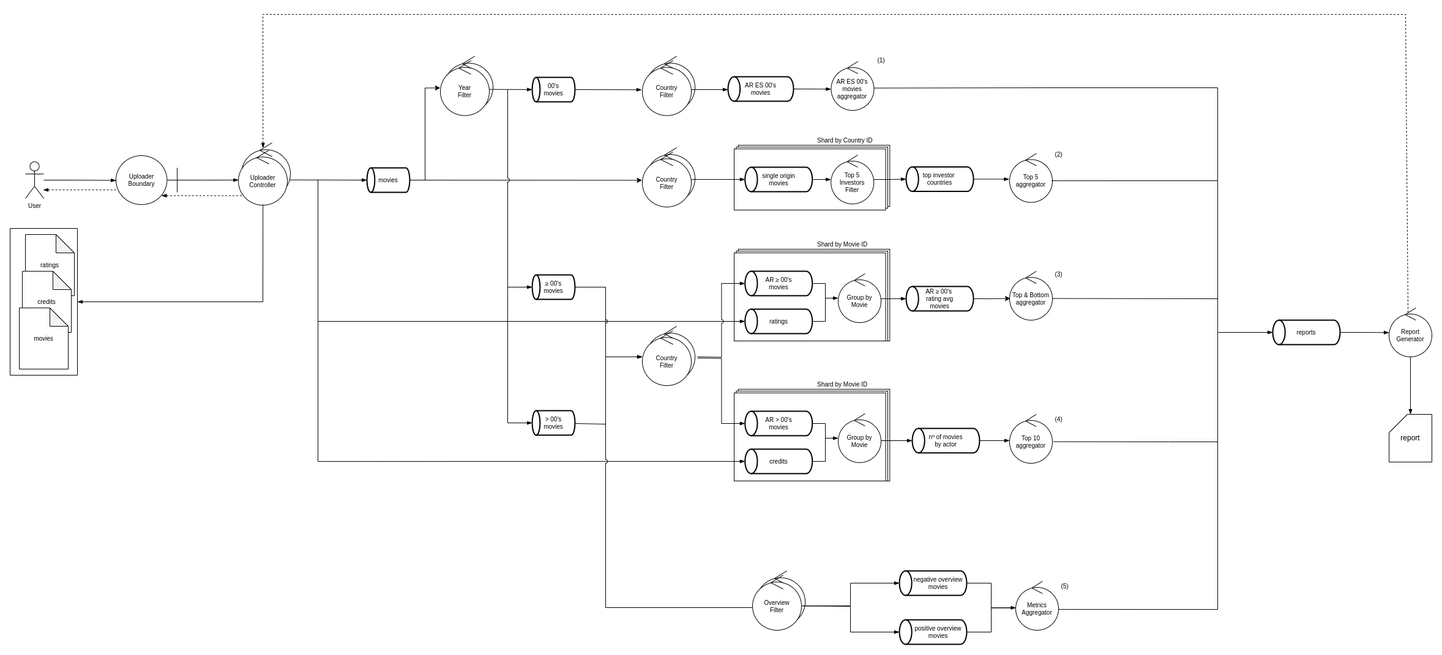
Above: documents/imgs/diagrama-robustez.drawio.png in rafaelputaro/tp1-7574 (draw.io), before the change. Source tidied: cells renumbered, new cells last; positions are measured from the earlier drawing's top-left corner, leaving out a move shared by most shapes.
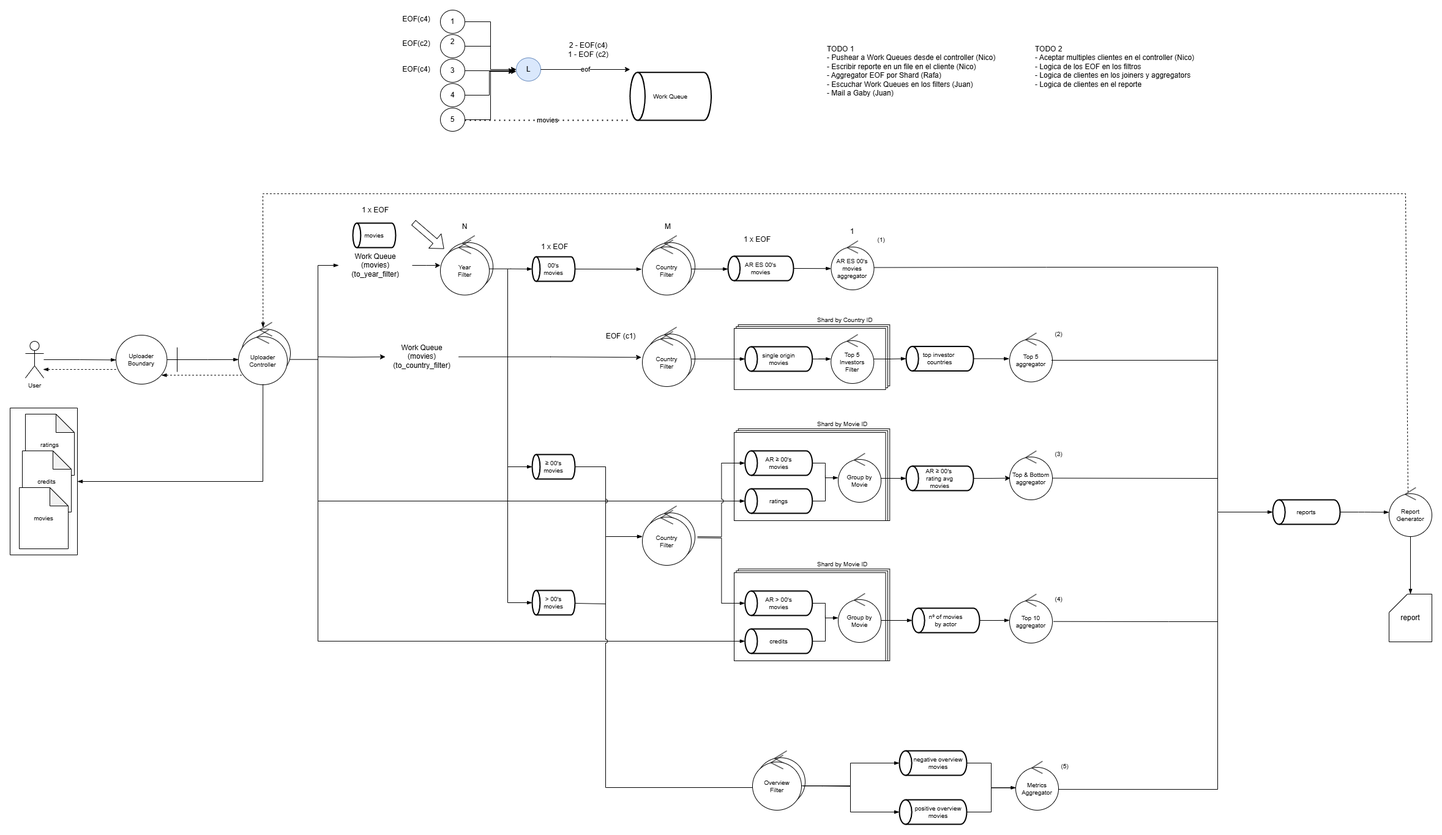
After the change.

What changed in the source:
```diff
@@ -56,8 +56,13 @@
     <mxCell id="19" style="edgeStyle=orthogonalEdgeStyle;rounded=0;jettySize=auto;html=1;entryX=0.004;entryY=0.543;entryDx=0;entryDy=0;entryPerimeter=0;endArrow=blockThin;endFill=1;fontSize=10;" parent="1" edge="1" source="12" target="23">
       <mxGeometry relative="1" as="geometry" />
     </mxCell>
-    <mxCell id="20" style="edgeStyle=orthogonalEdgeStyle;rounded=0;jettySize=auto;html=1;entryX=1;entryY=0.5;entryDx=0;entryDy=0;entryPerimeter=0;exitX=1.001;exitY=0.541;exitDx=0;exitDy=0;exitPerimeter=0;endArrow=blockThin;endFill=1;fontSize=10;" parent="1" edge="1" source="23" target="25">
-      <mxGeometry relative="1" as="geometry" />
+    <mxCell id="20" style="edgeStyle=orthogonalEdgeStyle;rounded=0;jettySize=auto;html=1;entryX=0;entryY=0.5;entryDx=0;entryDy=0;exitX=1.001;exitY=0.541;exitDx=0;exitDy=0;exitPerimeter=0;endArrow=blockThin;endFill=1;fontSize=10;" parent="1" edge="1" source="23" target="129">
+      <mxGeometry relative="1" as="geometry">
+        <Array as="points">
+          <mxPoint x="503" y="271" />
+          <mxPoint x="503" y="117" />
+        </Array>
+      </mxGeometry>
     </mxCell>
     <mxCell id="21" style="group;fontSize=10;rounded=0;" parent="1" vertex="1">
       <mxGeometry x="373" y="184" width="85" height="97" as="geometry" />
@@ -69,7 +74,7 @@
       <mxGeometry y="38" width="80" height="90" as="geometry" />
     </mxCell>
     <mxCell id="24" style="group;fontSize=10;rounded=0;" parent="1" vertex="1">
-      <mxGeometry x="583" y="245" width="74" height="46" as="geometry" />
+      <mxGeometry x="560" y="42" width="74" height="46" as="geometry" />
     </mxCell>
     <mxCell id="25" value="movies" style="strokeWidth=2;html=1;shape=mxgraph.flowchart.direct_data;whiteSpace=wrap;rotation=0;align=center;direction=west;textShadow=0;shadow=0;fontSize=10;rounded=0;" parent="24" vertex="1">
       <mxGeometry y="6" width="70" height="40" as="geometry" />
@@ -134,12 +139,6 @@
     <mxCell id="45" value="(2)" style="text;html=1;align=center;verticalAlign=middle;strokeColor=none;fillColor=none;fontSize=10;rounded=0;" parent="1" vertex="1">
       <mxGeometry x="1693" y="214" width="40" height="30" as="geometry" />
     </mxCell>
-    <mxCell id="46" style="edgeStyle=orthogonalEdgeStyle;rounded=0;jettySize=auto;html=1;exitX=0;exitY=0.5;exitDx=0;exitDy=0;exitPerimeter=0;entryX=-0.004;entryY=0.498;entryDx=0;entryDy=0;entryPerimeter=0;fontSize=10;" parent="1" edge="1" source="25" target="31">
-      <mxGeometry relative="1" as="geometry" />
-    </mxCell>
-    <mxCell id="47" style="edgeStyle=orthogonalEdgeStyle;rounded=0;jettySize=auto;html=1;exitX=0;exitY=0.5;exitDx=0;exitDy=0;exitPerimeter=0;entryX=-0.007;entryY=0.515;entryDx=0;entryDy=0;entryPerimeter=0;jumpStyle=arc;fontSize=10;" parent="1" edge="1" source="25" target="40">
-      <mxGeometry relative="1" as="geometry" />
-    </mxCell>
     <mxCell id="48" style="group;fontSize=10;rounded=0;" parent="1" vertex="1">
       <mxGeometry x="853" y="420" width="74" height="46" as="geometry" />
     </mxCell>
@@ -491,5 +490,125 @@
     <mxCell id="128" style="endArrow=blockThin;html=1;rounded=0;exitX=0.994;exitY=0.511;exitDx=0;exitDy=0;exitPerimeter=0;entryX=1;entryY=0.5;entryDx=0;entryDy=0;entryPerimeter=0;endFill=1;" parent="1" edge="1" source="63" target="69">
       <mxGeometry relative="1" as="geometry" />
     </mxCell>
+    <mxCell id="129" value="Work Queue&lt;div&gt;(movies)&lt;/div&gt;&lt;div&gt;(to_year_filter)&lt;/div&gt;" style="text;html=1;align=center;verticalAlign=middle;whiteSpace=wrap;rounded=0;" parent="1" vertex="1">
+      <mxGeometry x="537" y="88" width="120" height="58" as="geometry" />
+    </mxCell>
+    <mxCell id="130" style="edgeStyle=orthogonalEdgeStyle;rounded=0;jettySize=auto;html=1;exitX=1;exitY=0.5;exitDx=0;exitDy=0;entryX=0;entryY=0.462;entryDx=0;entryDy=0;entryPerimeter=0;" parent="1" edge="1" source="129" target="31">
+      <mxGeometry relative="1" as="geometry" />
+    </mxCell>
+    <mxCell id="131" style="edgeStyle=orthogonalEdgeStyle;rounded=0;jettySize=auto;html=1;exitX=0;exitY=0.5;exitDx=0;exitDy=0;entryX=0;entryY=0.5;entryDx=0;entryDy=0;" parent="1" edge="1" target="132">
+      <mxGeometry relative="1" as="geometry">
+        <mxPoint x="503" y="266.3" as="sourcePoint" />
+      </mxGeometry>
+    </mxCell>
+    <mxCell id="132" value="Work Queue&lt;div&gt;(movies)&lt;/div&gt;&lt;div&gt;(to_country_filter)&lt;/div&gt;" style="text;html=1;align=center;verticalAlign=middle;whiteSpace=wrap;rounded=0;" parent="1" vertex="1">
+      <mxGeometry x="613" y="237.4" width="120" height="58" as="geometry" />
+    </mxCell>
+    <mxCell id="133" style="edgeStyle=orthogonalEdgeStyle;rounded=0;jettySize=auto;html=1;entryX=-0.022;entryY=0.47;entryDx=0;entryDy=0;entryPerimeter=0;" parent="1" edge="1" source="132" target="40">
+      <mxGeometry relative="1" as="geometry" />
+    </mxCell>
+    <mxCell id="134" value="1 x EOF" style="text;html=1;align=center;verticalAlign=middle;whiteSpace=wrap;rounded=0;" parent="1" vertex="1">
+      <mxGeometry x="567" y="12" width="60" height="30" as="geometry" />
+    </mxCell>
+    <mxCell id="135" value="1 x EOF" style="text;html=1;align=center;verticalAlign=middle;whiteSpace=wrap;rounded=0;" parent="1" vertex="1">
+      <mxGeometry x="860" y="72" width="60" height="30" as="geometry" />
+    </mxCell>
+    <mxCell id="136" value="1 x EOF" style="text;html=1;align=center;verticalAlign=middle;whiteSpace=wrap;rounded=0;" parent="1" vertex="1">
+      <mxGeometry x="1173" y="60" width="96.5" height="30" as="geometry" />
+    </mxCell>
+    <mxCell id="137" value="N" style="text;html=1;align=center;verticalAlign=middle;whiteSpace=wrap;rounded=0;" parent="1" vertex="1">
+      <mxGeometry x="713" y="38.5" width="60" height="30" as="geometry" />
+    </mxCell>
+    <mxCell id="138" value="M" style="text;html=1;align=center;verticalAlign=middle;whiteSpace=wrap;rounded=0;" parent="1" vertex="1">
+      <mxGeometry x="1027.2" y="38.5" width="96.5" height="30" as="geometry" />
+    </mxCell>
+    <mxCell id="139" value="1" style="text;html=1;align=center;verticalAlign=middle;whiteSpace=wrap;rounded=0;" parent="1" vertex="1">
+      <mxGeometry x="1328.2" y="47" width="96.5" height="30" as="geometry" />
+    </mxCell>
+    <mxCell id="140" style="shape=flexArrow;endArrow=classic;html=1;rounded=0;" parent="1" edge="1">
+      <mxGeometry relative="1" as="geometry">
+        <mxPoint x="659" y="47" as="sourcePoint" />
+        <mxPoint x="709" y="90" as="targetPoint" />
+      </mxGeometry>
+    </mxCell>
+    <mxCell id="141" style="edgeStyle=orthogonalEdgeStyle;rounded=0;jettySize=auto;html=1;exitX=1;exitY=0.5;exitDx=0;exitDy=0;" parent="1" edge="1" source="142">
+      <mxGeometry relative="1" as="geometry">
+        <mxPoint x="823" y="-201" as="targetPoint" />
+      </mxGeometry>
+    </mxCell>
+    <mxCell id="142" value="3" style="ellipse;whiteSpace=wrap;html=1;" parent="1" vertex="1">
+      <mxGeometry x="703" y="-220" width="40" height="38" as="geometry" />
+    </mxCell>
+    <mxCell id="143" style="edgeStyle=orthogonalEdgeStyle;rounded=0;jettySize=auto;html=1;exitX=1;exitY=0.5;exitDx=0;exitDy=0;" parent="1" edge="1" source="144">
+      <mxGeometry relative="1" as="geometry">
+        <mxPoint x="823" y="-200" as="targetPoint" />
+        <Array as="points">
+          <mxPoint x="783" y="-161" />
+          <mxPoint x="783" y="-200" />
+        </Array>
+      </mxGeometry>
+    </mxCell>
+    <mxCell id="144" value="4" style="ellipse;whiteSpace=wrap;html=1;" parent="1" vertex="1">
+      <mxGeometry x="703" y="-180" width="40" height="38" as="geometry" />
+    </mxCell>
+    <mxCell id="145" value="5" style="ellipse;whiteSpace=wrap;html=1;" parent="1" vertex="1">
+      <mxGeometry x="703" y="-140" width="40" height="38" as="geometry" />
+    </mxCell>
+    <mxCell id="146" style="edgeStyle=orthogonalEdgeStyle;rounded=0;jettySize=auto;html=1;exitX=1;exitY=0.5;exitDx=0;exitDy=0;entryX=0;entryY=0.5;entryDx=0;entryDy=0;" parent="1" edge="1" source="147" target="150">
+      <mxGeometry relative="1" as="geometry" />
+    </mxCell>
+    <mxCell id="147" value="2&lt;div&gt;&lt;br/&gt;&lt;/div&gt;" style="ellipse;whiteSpace=wrap;html=1;" parent="1" vertex="1">
+      <mxGeometry x="703" y="-260" width="40" height="38" as="geometry" />
+    </mxCell>
+    <mxCell id="148" style="edgeStyle=orthogonalEdgeStyle;rounded=0;jettySize=auto;html=1;exitX=1;exitY=0.5;exitDx=0;exitDy=0;entryX=0;entryY=0.5;entryDx=0;entryDy=0;" parent="1" edge="1" source="149" target="150">
+      <mxGeometry relative="1" as="geometry" />
+    </mxCell>
+    <mxCell id="149" value="1" style="ellipse;whiteSpace=wrap;html=1;" parent="1" vertex="1">
+      <mxGeometry x="703" y="-300" width="40" height="38" as="geometry" />
+    </mxCell>
+    <mxCell id="150" value="L" style="ellipse;whiteSpace=wrap;html=1;fillColor=#dae8fc;strokeColor=#6c8ebf;" parent="1" vertex="1">
+      <mxGeometry x="827" y="-222" width="40" height="38" as="geometry" />
+    </mxCell>
+    <mxCell id="151" style="edgeStyle=orthogonalEdgeStyle;rounded=0;jettySize=auto;html=1;entryX=0;entryY=0.584;entryDx=0;entryDy=0;entryPerimeter=0;" parent="1" edge="1" source="145" target="150">
+      <mxGeometry relative="1" as="geometry" />
+    </mxCell>
+    <mxCell id="152" value="EOF(c4)" style="text;html=1;align=center;verticalAlign=middle;whiteSpace=wrap;rounded=0;" parent="1" vertex="1">
+      <mxGeometry x="634" y="-300" width="60" height="30" as="geometry" />
+    </mxCell>
+    <mxCell id="153" value="2 - EOF(c4)&lt;div&gt;1 - EOF (c2)&lt;/div&gt;" style="text;html=1;align=center;verticalAlign=middle;whiteSpace=wrap;rounded=0;" parent="1" vertex="1">
+      <mxGeometry x="867" y="-250" width="156" height="30" as="geometry" />
+    </mxCell>
+    <mxCell id="154" value="EOF(c2)" style="text;html=1;align=center;verticalAlign=middle;whiteSpace=wrap;rounded=0;" parent="1" vertex="1">
+      <mxGeometry x="634" y="-260" width="60" height="30" as="geometry" />
+    </mxCell>
+    <mxCell id="155" value="eof" style="endArrow=classic;html=1;rounded=0;exitX=1;exitY=0.5;exitDx=0;exitDy=0;" parent="1" edge="1" source="150">
+      <mxGeometry relative="1" as="geometry">
+        <mxPoint x="1013" y="-203" as="targetPoint" />
+      </mxGeometry>
+    </mxCell>
+    <mxCell id="156" value="movies" style="endArrow=none;dashed=1;html=1;dashPattern=1 3;strokeWidth=2;rounded=0;" parent="1" edge="1">
+      <mxGeometry relative="1" as="geometry">
+        <mxPoint x="743" y="-120" as="sourcePoint" />
+        <mxPoint x="1013" y="-120" as="targetPoint" />
+      </mxGeometry>
+    </mxCell>
+    <mxCell id="157" style="group;fontSize=10;rounded=0;" parent="1" vertex="1">
+      <mxGeometry x="1013" y="-210" width="140" height="90" as="geometry" />
+    </mxCell>
+    <mxCell id="158" value="Work Queue" style="strokeWidth=2;html=1;shape=mxgraph.flowchart.direct_data;whiteSpace=wrap;rotation=0;align=center;direction=west;textShadow=0;shadow=0;fontSize=10;rounded=0;" parent="157" vertex="1">
+      <mxGeometry y="11.7" width="132.4" height="78.3" as="geometry" />
+    </mxCell>
+    <mxCell id="159" value="EOF (c1)" style="text;html=1;align=center;verticalAlign=middle;whiteSpace=wrap;rounded=0;" parent="1" vertex="1">
+      <mxGeometry x="953" y="217.5" width="90" height="30" as="geometry" />
+    </mxCell>
+    <mxCell id="160" value="TODO 1&#10;- Pushear a Work Queues desde el controller (Nico)&#10;- Escribir reporte en un file en el cliente (Nico)&#10;- Aggregator EOF por Shard (Rafa)&#10;- Escuchar Work Queues en los filters (Juan)&#10;- Mail a Gaby (Juan)" style="text;whiteSpace=wrap;" parent="1" vertex="1">
+      <mxGeometry x="1333" y="-250" width="310" height="150" as="geometry" />
+    </mxCell>
+    <mxCell id="161" value="TODO 2&#10;- Aceptar multiples clientes en el controller (Nico)&#10;- Logica de los EOF en los filtros&#10;- Logica de clientes en los joiners y aggregators&#10;- Logica de clientes en el reporte" style="text;whiteSpace=wrap;" parent="1" vertex="1">
+      <mxGeometry x="1673" y="-250" width="310" height="80" as="geometry" />
+    </mxCell>
+    <mxCell id="162" value="EOF(c4)" style="text;html=1;align=center;verticalAlign=middle;whiteSpace=wrap;rounded=0;" parent="1" vertex="1">
+      <mxGeometry x="634" y="-218" width="60" height="30" as="geometry" />
+    </mxCell>
   </root>
 </mxGraphModel>
```
